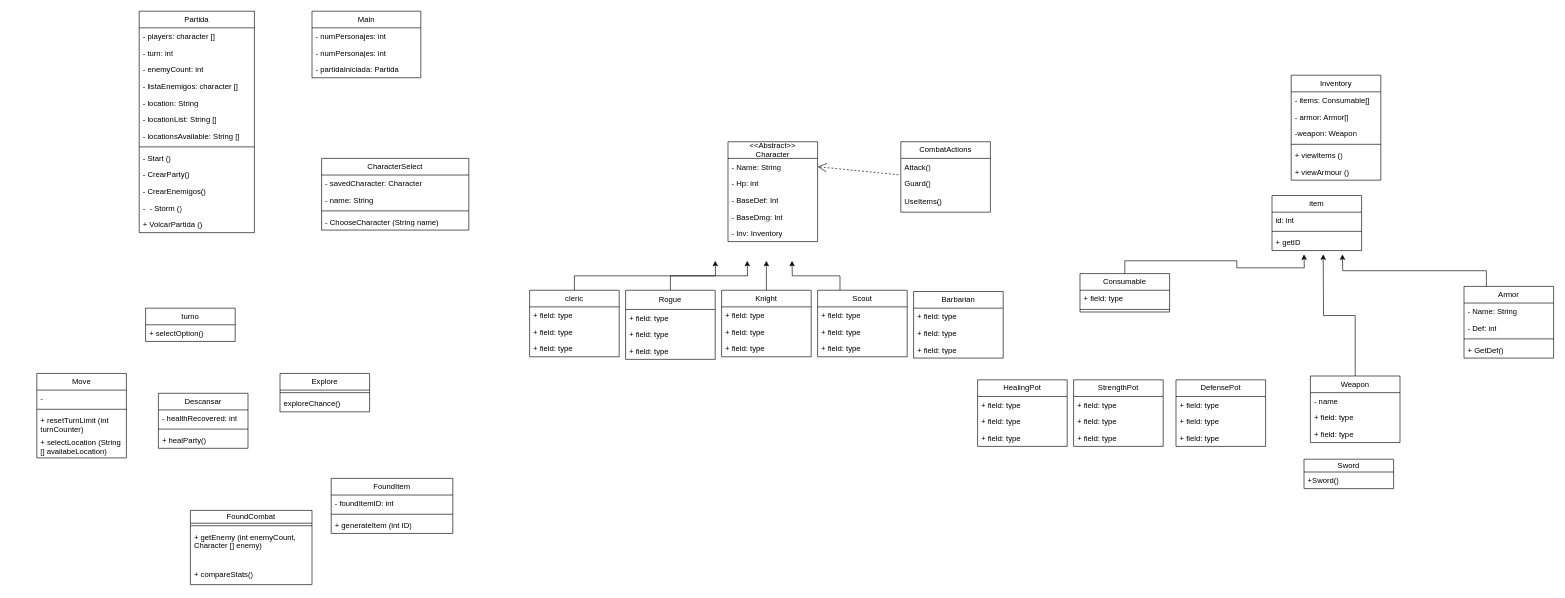
Before: _MedievalZone/Medieval-Zone-Diagram.drawio in Loadingexploat83/Medieval-Zone, a draw.io diagram. Source tidied: cells renumbered, new cells numbered last; positions are measured from the earlier drawing's top-left corner, leaving out a move shared by most shapes. Both pictures are drawn from the tidied source at 64%, with x=0, y=0 at pixel (36, 11).
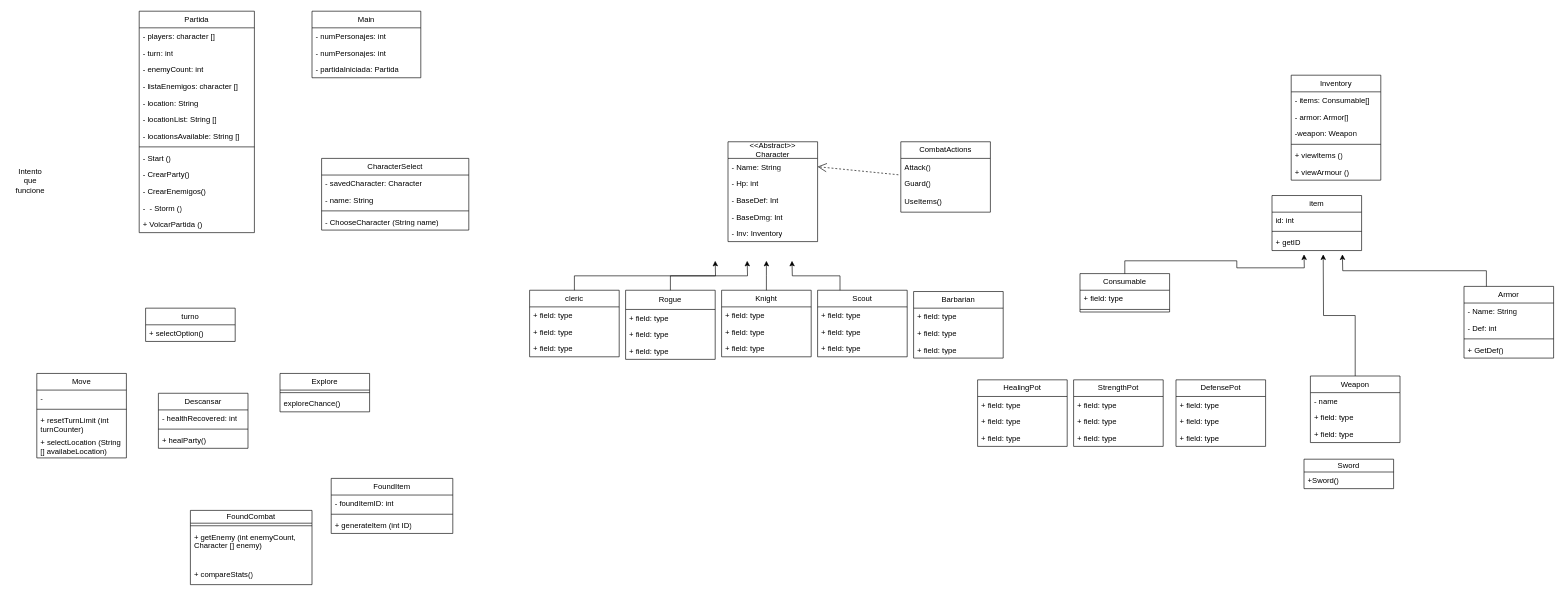
After the change.

Change to the diagram source:
```diff
@@
+    <mxCell id="122" value="Intento que funcione" style="text;html=1;whiteSpace=wrap;strokeColor=none;fillColor=none;align=center;verticalAlign=middle;rounded=0;" parent="1" vertex="1">
+      <mxGeometry x="-40" y="250" width="60" height="30" as="geometry" />
+    </mxCell>
```
